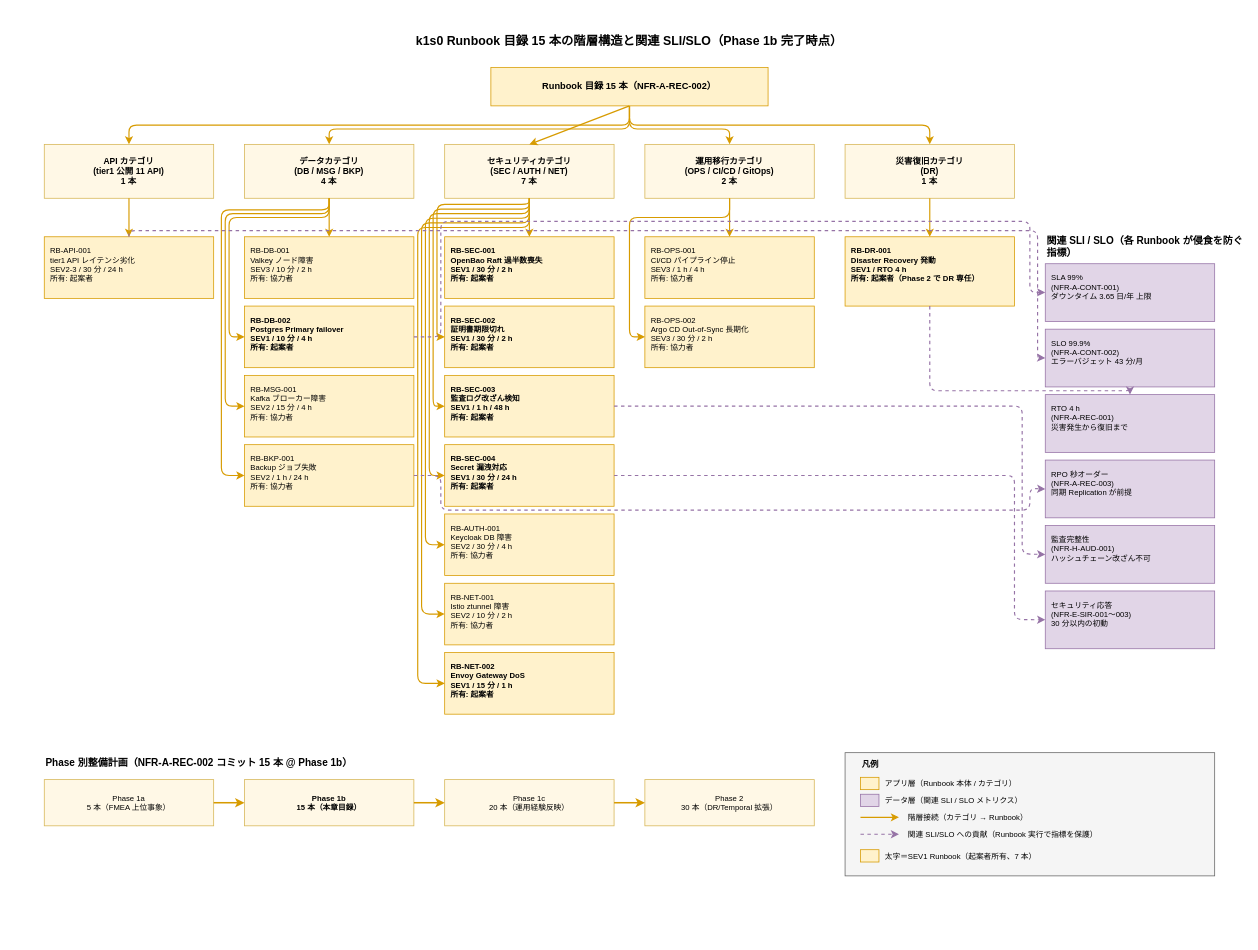
Earlier version of the draw.io diagram docs/04_概要設計/55_運用ライフサイクル方式設計/img/09_Runbook目録方式/runbook_catalog.drawio (RyuheiKiso/k1s0). Source tidied: cells renumbered, new cells numbered last; positions are measured from the earlier drawing's top-left corner, leaving out a move shared by most shapes. Both pictures are drawn from the tidied source at 77%, with x=0, y=0 at pixel (13, 13).
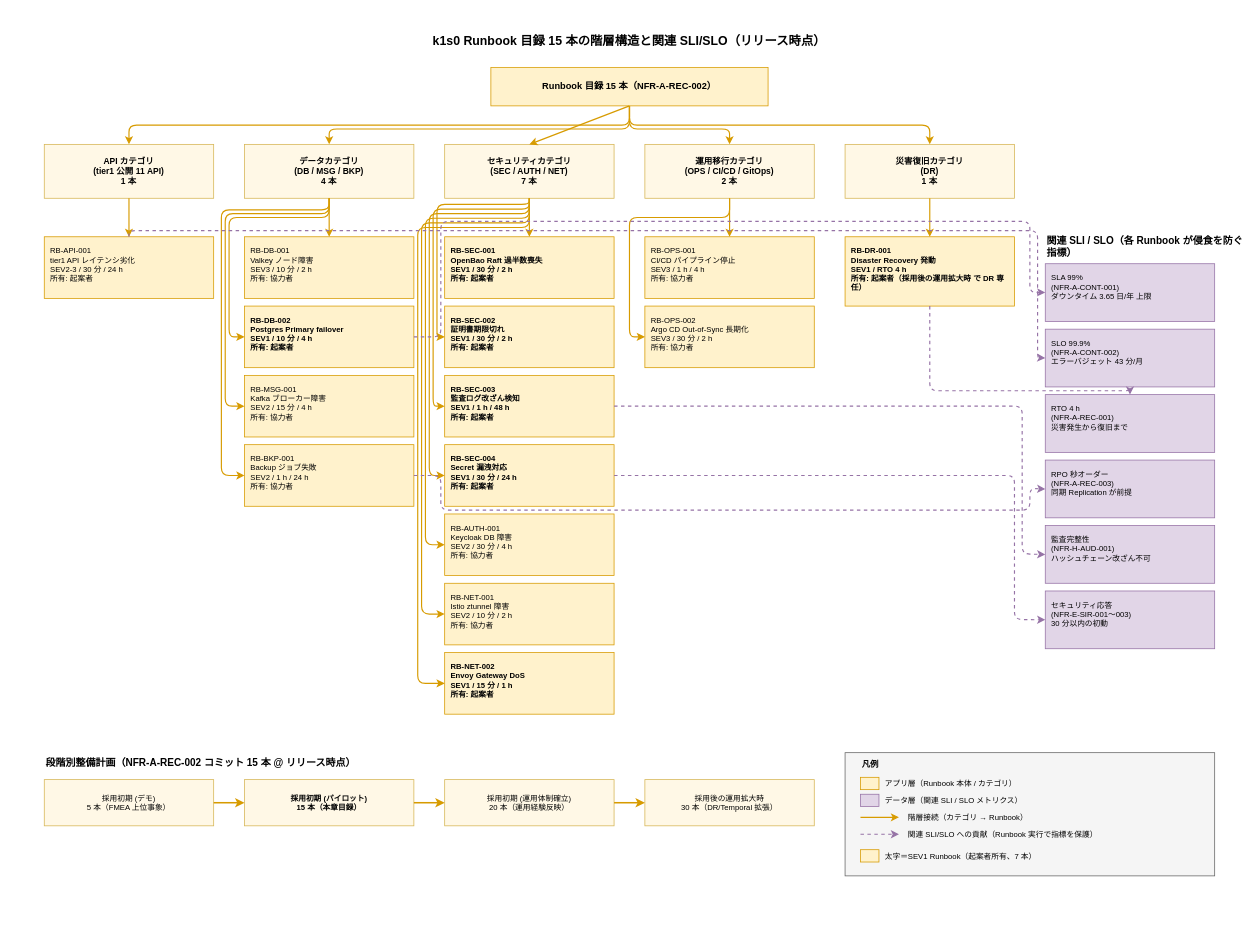
The same page after the edit.

The edit, as a diff of the source:
```diff
@@
-    <mxCell id="3" value="k1s0 Runbook 目録 15 本の階層構造と関連 SLI/SLO（Phase 1b 完了時点）" style="text;html=1;strokeColor=none;fillColor=none;align=center;verticalAlign=middle;whiteSpace=wrap;fontSize=16;fontStyle=1;" parent="1" vertex="1">
+    <mxCell id="3" value="k1s0 Runbook 目録 15 本の階層構造と関連 SLI/SLO（リリース時点）" style="text;html=1;strokeColor=none;fillColor=none;align=center;verticalAlign=middle;whiteSpace=wrap;fontSize=16;fontStyle=1;" parent="1" vertex="1">
       <mxGeometry x="40" y="20" width="1520" height="30" as="geometry" />
     </mxCell>
@@
-    <mxCell id="29" value="RB-DR-001&#10;Disaster Recovery 発動&#10;SEV1 / RTO 4 h&#10;所有: 起案者（Phase 2 で DR 専任）" style="rounded=0;whiteSpace=wrap;html=1;fillColor=#fff2cc;strokeColor=#d79b00;fontSize=10;align=left;verticalAlign=top;spacingLeft=6;spacingTop=6;fontStyle=1;" parent="1" vertex="1">
+    <mxCell id="29" value="RB-DR-001&#10;Disaster Recovery 発動&#10;SEV1 / RTO 4 h&#10;所有: 起案者（採用後の運用拡大時 で DR 専任）" style="rounded=0;whiteSpace=wrap;html=1;fillColor=#fff2cc;strokeColor=#d79b00;fontSize=10;align=left;verticalAlign=top;spacingLeft=6;spacingTop=6;fontStyle=1;" parent="1" vertex="1">
       <mxGeometry x="1080" y="290" width="220" height="90" as="geometry" />
     </mxCell>
@@
-    <mxCell id="58" value="Phase 別整備計画（NFR-A-REC-002 コミット 15 本 @ Phase 1b）" style="text;html=1;strokeColor=none;fillColor=none;align=left;verticalAlign=middle;whiteSpace=wrap;fontSize=13;fontStyle=1;" parent="1" vertex="1">
-      <mxGeometry x="40" y="960" width="600" height="25" as="geometry" />
-    </mxCell>
-    <mxCell id="59" value="Phase 1a&#10;5 本（FMEA 上位事象）" style="rounded=0;whiteSpace=wrap;html=1;fillColor=#fff8e6;strokeColor=#d6b656;fontSize=10;align=center;verticalAlign=middle;" parent="1" vertex="1">
-      <mxGeometry x="40" y="995" width="220" height="60" as="geometry" />
-    </mxCell>
-    <mxCell id="60" value="Phase 1b&#10;15 本（本章目録）" style="rounded=0;whiteSpace=wrap;html=1;fillColor=#fff8e6;strokeColor=#d6b656;fontSize=10;align=center;verticalAlign=middle;fontStyle=1;" parent="1" vertex="1">
-      <mxGeometry x="300" y="995" width="220" height="60" as="geometry" />
-    </mxCell>
-    <mxCell id="61" value="Phase 1c&#10;20 本（運用経験反映）" style="rounded=0;whiteSpace=wrap;html=1;fillColor=#fff8e6;strokeColor=#d6b656;fontSize=10;align=center;verticalAlign=middle;" parent="1" vertex="1">
-      <mxGeometry x="560" y="995" width="220" height="60" as="geometry" />
-    </mxCell>
-    <mxCell id="62" value="Phase 2&#10;30 本（DR/Temporal 拡張）" style="rounded=0;whiteSpace=wrap;html=1;fillColor=#fff8e6;strokeColor=#d6b656;fontSize=10;align=center;verticalAlign=middle;" parent="1" vertex="1">
-      <mxGeometry x="820" y="995" width="220" height="60" as="geometry" />
-    </mxCell>
+    <mxCell id="78" value="段階別整備計画（NFR-A-REC-002 コミット 15 本 @ リリース時点）" style="text;html=1;strokeColor=none;fillColor=none;align=left;verticalAlign=middle;whiteSpace=wrap;fontSize=13;fontStyle=1;" parent="1" vertex="1">
+      <mxGeometry x="40" y="960" width="600" height="25" as="geometry" />
+    </mxCell>
+    <mxCell id="79" value="採用初期 (デモ)&#10;5 本（FMEA 上位事象）" style="rounded=0;whiteSpace=wrap;html=1;fillColor=#fff8e6;strokeColor=#d6b656;fontSize=10;align=center;verticalAlign=middle;" parent="1" vertex="1">
+      <mxGeometry x="40" y="995" width="220" height="60" as="geometry" />
+    </mxCell>
+    <mxCell id="80" value="採用初期 (パイロット)&#10;15 本（本章目録）" style="rounded=0;whiteSpace=wrap;html=1;fillColor=#fff8e6;strokeColor=#d6b656;fontSize=10;align=center;verticalAlign=middle;fontStyle=1;" parent="1" vertex="1">
+      <mxGeometry x="300" y="995" width="220" height="60" as="geometry" />
+    </mxCell>
+    <mxCell id="81" value="採用初期 (運用体制確立)&#10;20 本（運用経験反映）" style="rounded=0;whiteSpace=wrap;html=1;fillColor=#fff8e6;strokeColor=#d6b656;fontSize=10;align=center;verticalAlign=middle;" parent="1" vertex="1">
+      <mxGeometry x="560" y="995" width="220" height="60" as="geometry" />
+    </mxCell>
+    <mxCell id="82" value="採用後の運用拡大時&#10;30 本（DR/Temporal 拡張）" style="rounded=0;whiteSpace=wrap;html=1;fillColor=#fff8e6;strokeColor=#d6b656;fontSize=10;align=center;verticalAlign=middle;" parent="1" vertex="1">
+      <mxGeometry x="820" y="995" width="220" height="60" as="geometry" />
+    </mxCell>
-    <mxCell id="63" style="html=1;strokeWidth=2;strokeColor=#d79b00;exitX=1;exitY=0.5;exitDx=0;exitDy=0;entryX=0;entryY=0.5;entryDx=0;entryDy=0;endArrow=classic;" parent="1" edge="1" source="59" target="60">
+    <mxCell id="63" style="html=1;strokeWidth=2;strokeColor=#d79b00;exitX=1;exitY=0.5;exitDx=0;exitDy=0;entryX=0;entryY=0.5;entryDx=0;entryDy=0;endArrow=classic;" parent="1" edge="1" source="79" target="80">
       <mxGeometry relative="1" as="geometry" />
     </mxCell>
-    <mxCell id="64" style="html=1;strokeWidth=2;strokeColor=#d79b00;exitX=1;exitY=0.5;exitDx=0;exitDy=0;entryX=0;entryY=0.5;entryDx=0;entryDy=0;endArrow=classic;" parent="1" edge="1" source="60" target="61">
+    <mxCell id="64" style="html=1;strokeWidth=2;strokeColor=#d79b00;exitX=1;exitY=0.5;exitDx=0;exitDy=0;entryX=0;entryY=0.5;entryDx=0;entryDy=0;endArrow=classic;" parent="1" edge="1" source="80" target="81">
       <mxGeometry relative="1" as="geometry" />
     </mxCell>
-    <mxCell id="65" style="html=1;strokeWidth=2;strokeColor=#d79b00;exitX=1;exitY=0.5;exitDx=0;exitDy=0;entryX=0;entryY=0.5;entryDx=0;entryDy=0;endArrow=classic;" parent="1" edge="1" source="61" target="62">
+    <mxCell id="65" style="html=1;strokeWidth=2;strokeColor=#d79b00;exitX=1;exitY=0.5;exitDx=0;exitDy=0;entryX=0;entryY=0.5;entryDx=0;entryDy=0;endArrow=classic;" parent="1" edge="1" source="81" target="82">
       <mxGeometry relative="1" as="geometry" />
     </mxCell>
```
